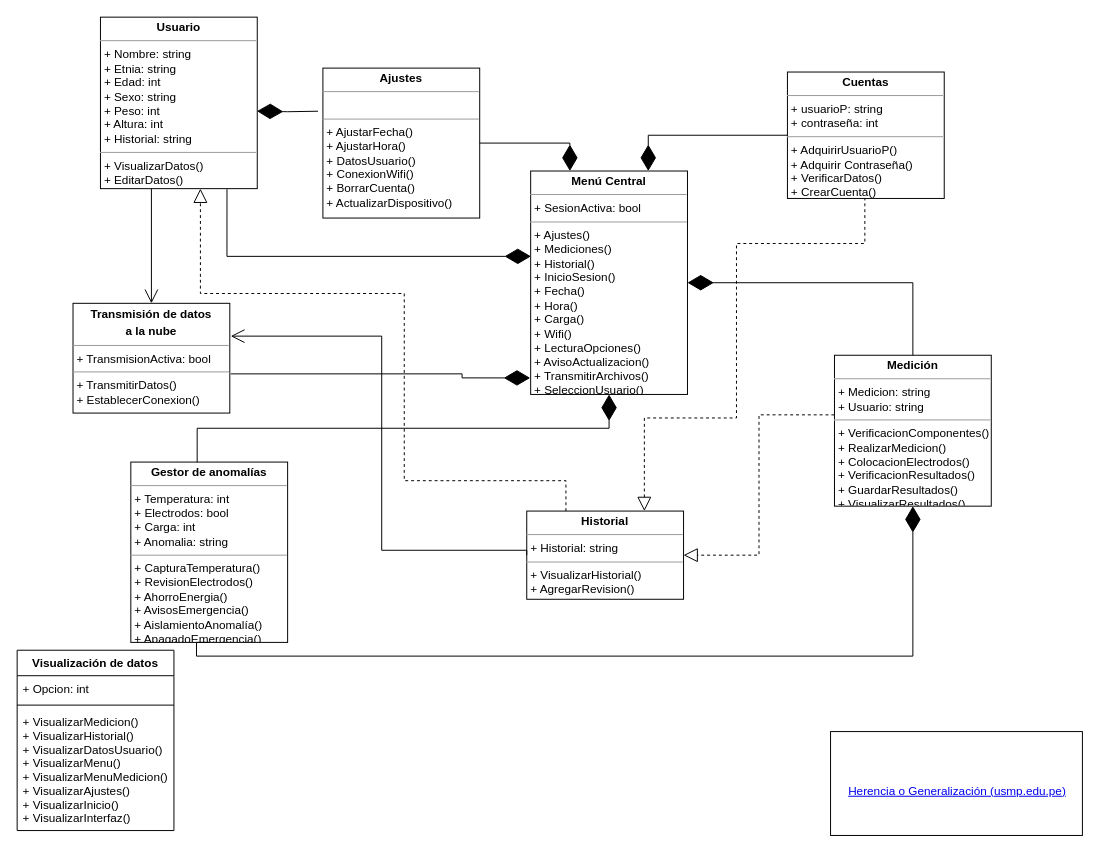
This is segunda_fase/Arquitecturas de software/DiagramaClases.drawio from Angeloib98/BIATRONIC, a draw.io file, before an edit. Source tidied: cells renumbered, new cells numbered last; positions are measured from the earlier drawing's top-left corner, leaving out a move shared by most shapes. Both pictures are drawn from the tidied source at 98%, with x=0, y=0 at pixel (17, 17).
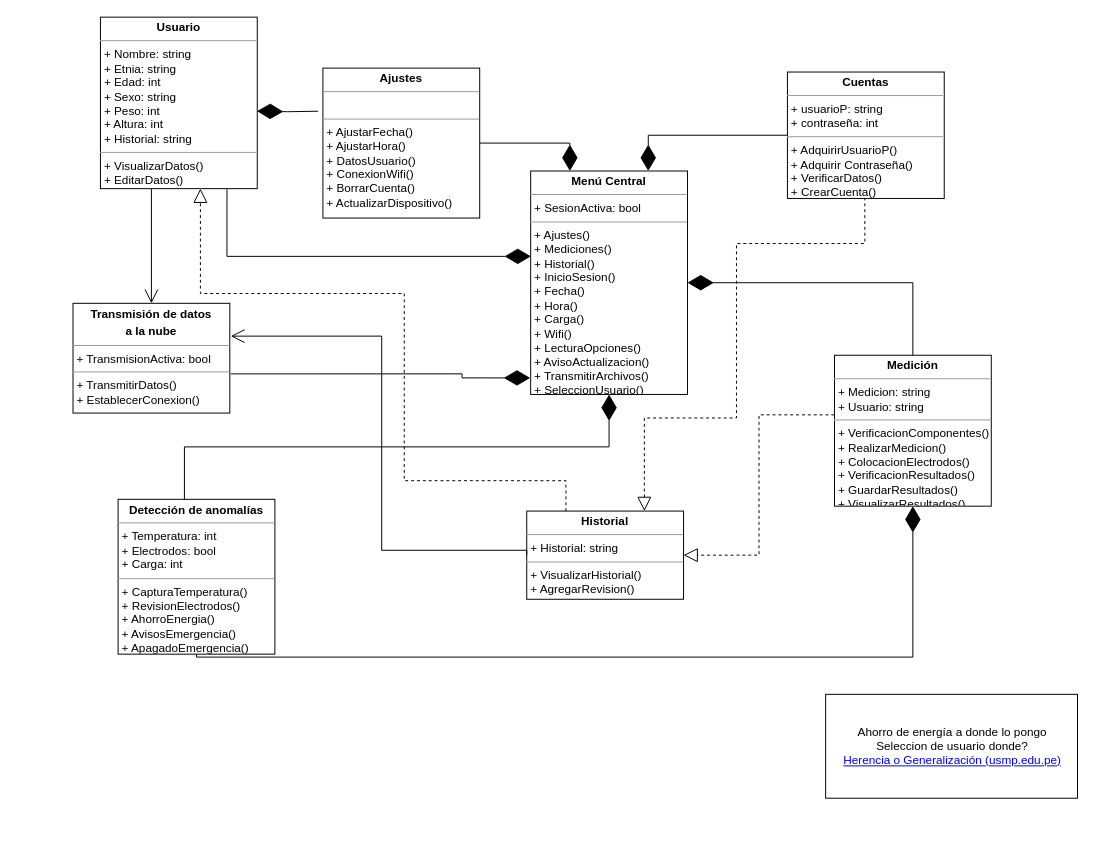
After the change.

The change refers to these unchanged cells:
```xml
<mxCell id="3" value="&lt;p style=&quot;margin: 0px ; margin-top: 4px ; text-align: center&quot;&gt;&lt;b&gt;Medición&lt;/b&gt;&lt;/p&gt;&lt;hr size=&quot;1&quot;&gt;&lt;p style=&quot;margin: 0px ; margin-left: 4px&quot;&gt;+ Medicion: string&lt;/p&gt;&lt;p style=&quot;margin: 0px ; margin-left: 4px&quot;&gt;+ Usuario: string&lt;/p&gt;&lt;hr size=&quot;1&quot;&gt;&lt;p style=&quot;margin: 0px ; margin-left: 4px&quot;&gt;+ VerificacionComponentes()&lt;/p&gt;&lt;p style=&quot;margin: 0px ; margin-left: 4px&quot;&gt;+ RealizarMedicion()&lt;/p&gt;&lt;p style=&quot;margin: 0px ; margin-left: 4px&quot;&gt;+ ColocacionElectrodos()&lt;/p&gt;&lt;p style=&quot;margin: 0px ; margin-left: 4px&quot;&gt;+ VerificacionResultados()&lt;/p&gt;&lt;p style=&quot;margin: 0px ; margin-left: 4px&quot;&gt;+ GuardarResultados()&lt;/p&gt;&lt;p style=&quot;margin: 0px ; margin-left: 4px&quot;&gt;+ VisualizarResultados()&lt;/p&gt;" style="verticalAlign=top;align=left;overflow=fill;fontSize=12;fontFamily=Helvetica;html=1;" parent="1" vertex="1">
  <mxGeometry x="834" y="345" width="160" height="154" as="geometry" />
</mxCell>
```

Change to the diagram source:
```diff
@@
-    <mxCell id="9" value="&lt;p style=&quot;margin: 0px ; margin-top: 4px ; text-align: center&quot;&gt;&lt;b&gt;Gestor de anomalías&lt;/b&gt;&lt;/p&gt;&lt;hr size=&quot;1&quot;&gt;&lt;p style=&quot;margin: 0px ; margin-left: 4px&quot;&gt;+ Temperatura: int&lt;/p&gt;&lt;p style=&quot;margin: 0px ; margin-left: 4px&quot;&gt;+ Electrodos: bool&lt;/p&gt;&lt;p style=&quot;margin: 0px ; margin-left: 4px&quot;&gt;+ Carga: int&lt;/p&gt;&lt;p style=&quot;margin: 0px ; margin-left: 4px&quot;&gt;+ Anomalia: string&lt;/p&gt;&lt;hr size=&quot;1&quot;&gt;&lt;p style=&quot;margin: 0px ; margin-left: 4px&quot;&gt;+ CapturaTemperatura()&lt;/p&gt;&lt;p style=&quot;margin: 0px ; margin-left: 4px&quot;&gt;+ RevisionElectrodos()&lt;/p&gt;&lt;p style=&quot;margin: 0px ; margin-left: 4px&quot;&gt;&lt;span&gt;+ AhorroEnergia()&lt;/span&gt;&lt;/p&gt;&lt;p style=&quot;margin: 0px ; margin-left: 4px&quot;&gt;&lt;span&gt;+ AvisosEmergencia()&lt;/span&gt;&lt;/p&gt;&lt;p style=&quot;margin: 0px ; margin-left: 4px&quot;&gt;&lt;span&gt;+ AislamientoAnomalía()&lt;/span&gt;&lt;/p&gt;&lt;p style=&quot;margin: 0px ; margin-left: 4px&quot;&gt;&lt;span&gt;+ ApagadoEmergencia()&lt;/span&gt;&lt;/p&gt;" style="verticalAlign=top;align=left;overflow=fill;fontSize=12;fontFamily=Helvetica;html=1;" parent="1" vertex="1">
-      <mxGeometry x="116" y="454" width="160" height="184" as="geometry" />
+    <mxCell id="9" value="&lt;p style=&quot;margin: 0px ; margin-top: 4px ; text-align: center&quot;&gt;&lt;b&gt;Detección de anomalías&lt;/b&gt;&lt;/p&gt;&lt;hr size=&quot;1&quot;&gt;&lt;p style=&quot;margin: 0px ; margin-left: 4px&quot;&gt;+ Temperatura: int&lt;/p&gt;&lt;p style=&quot;margin: 0px ; margin-left: 4px&quot;&gt;+ Electrodos: bool&lt;/p&gt;&lt;p style=&quot;margin: 0px ; margin-left: 4px&quot;&gt;+ Carga: int&lt;/p&gt;&lt;hr size=&quot;1&quot;&gt;&lt;p style=&quot;margin: 0px ; margin-left: 4px&quot;&gt;+ CapturaTemperatura()&lt;/p&gt;&lt;p style=&quot;margin: 0px ; margin-left: 4px&quot;&gt;+ RevisionElectrodos()&lt;/p&gt;&lt;p style=&quot;margin: 0px ; margin-left: 4px&quot;&gt;&lt;span&gt;+ AhorroEnergia()&lt;/span&gt;&lt;/p&gt;&lt;p style=&quot;margin: 0px ; margin-left: 4px&quot;&gt;&lt;span&gt;+ AvisosEmergencia()&lt;/span&gt;&lt;/p&gt;&lt;p style=&quot;margin: 0px ; margin-left: 4px&quot;&gt;&lt;span&gt;+ ApagadoEmergencia()&lt;/span&gt;&lt;/p&gt;" style="verticalAlign=top;align=left;overflow=fill;fontSize=12;fontFamily=Helvetica;html=1;" parent="1" vertex="1">
+      <mxGeometry x="103" y="492" width="160" height="158" as="geometry" />
     </mxCell>
@@
-    <mxCell id="11" value="&lt;br&gt;&lt;a href=&quot;https://www.usmp.edu.pe/publicaciones/boletin/fia/info67/UML.pdf&quot;&gt;Herencia o Generalización (usmp.edu.pe)&lt;/a&gt;" style="html=1;" parent="1" vertex="1">
-      <mxGeometry x="830" y="729" width="257" height="106" as="geometry" />
+    <mxCell id="11" value="Ahorro de energía a donde lo pongo&lt;br&gt;Seleccion de usuario donde?&lt;br&gt;&lt;a href=&quot;https://www.usmp.edu.pe/publicaciones/boletin/fia/info67/UML.pdf&quot;&gt;Herencia o Generalización (usmp.edu.pe)&lt;/a&gt;" style="html=1;" parent="1" vertex="1">
+      <mxGeometry x="825" y="691" width="257" height="106" as="geometry" />
     </mxCell>
@@
     <mxCell id="20" style="endArrow=diamondThin;endFill=1;endSize=24;html=1;rounded=0;edgeStyle=orthogonalEdgeStyle;exitX=0.5;exitY=1;exitDx=0;exitDy=0;entryX=0.5;entryY=1;entryDx=0;entryDy=0;" parent="1" edge="1" source="9" target="3">
       <mxGeometry relative="1" as="geometry">
         <Array as="points">
-          <mxPoint x="183" y="638" />
-          <mxPoint x="183" y="652" />
-          <mxPoint x="914" y="652" />
+          <mxPoint x="183" y="653" />
+          <mxPoint x="914" y="653" />
         </Array>
       </mxGeometry>
     </mxCell>
@@
-    <mxCell id="24" value="Visualización de datos" style="swimlane;fontStyle=1;align=center;verticalAlign=top;horizontal=1;startSize=26;" parent="1" vertex="1">
-      <mxGeometry y="646" width="160" height="184" as="geometry" />
-    </mxCell>
-    <mxCell id="25" value="+ Opcion: int" style="text;strokeColor=none;fillColor=none;align=left;verticalAlign=top;spacingLeft=4;spacingRight=4;overflow=hidden;" parent="24" vertex="1">
-      <mxGeometry y="26" width="160" height="26" as="geometry" />
-    </mxCell>
-    <mxCell id="26" style="line;strokeWidth=1;fillColor=none;align=left;verticalAlign=middle;spacingTop=-1;spacingLeft=3;spacingRight=3;labelPosition=right;" parent="24" vertex="1">
-      <mxGeometry y="52" width="160" height="8" as="geometry" />
-    </mxCell>
-    <mxCell id="27" value="+ VisualizarMedicion()&#10;+ VisualizarHistorial()&#10;+ VisualizarDatosUsuario()&#10;+ VisualizarMenu()&#10;+ VisualizarMenuMedicion()&#10;+ VisualizarAjustes()&#10;+ VisualizarInicio()&#10;+ VisualizarInterfaz()" style="text;strokeColor=none;fillColor=none;align=left;verticalAlign=top;spacingLeft=4;spacingRight=4;overflow=hidden;" parent="24" vertex="1">
-      <mxGeometry y="60" width="160" height="124" as="geometry" />
-    </mxCell>
```
